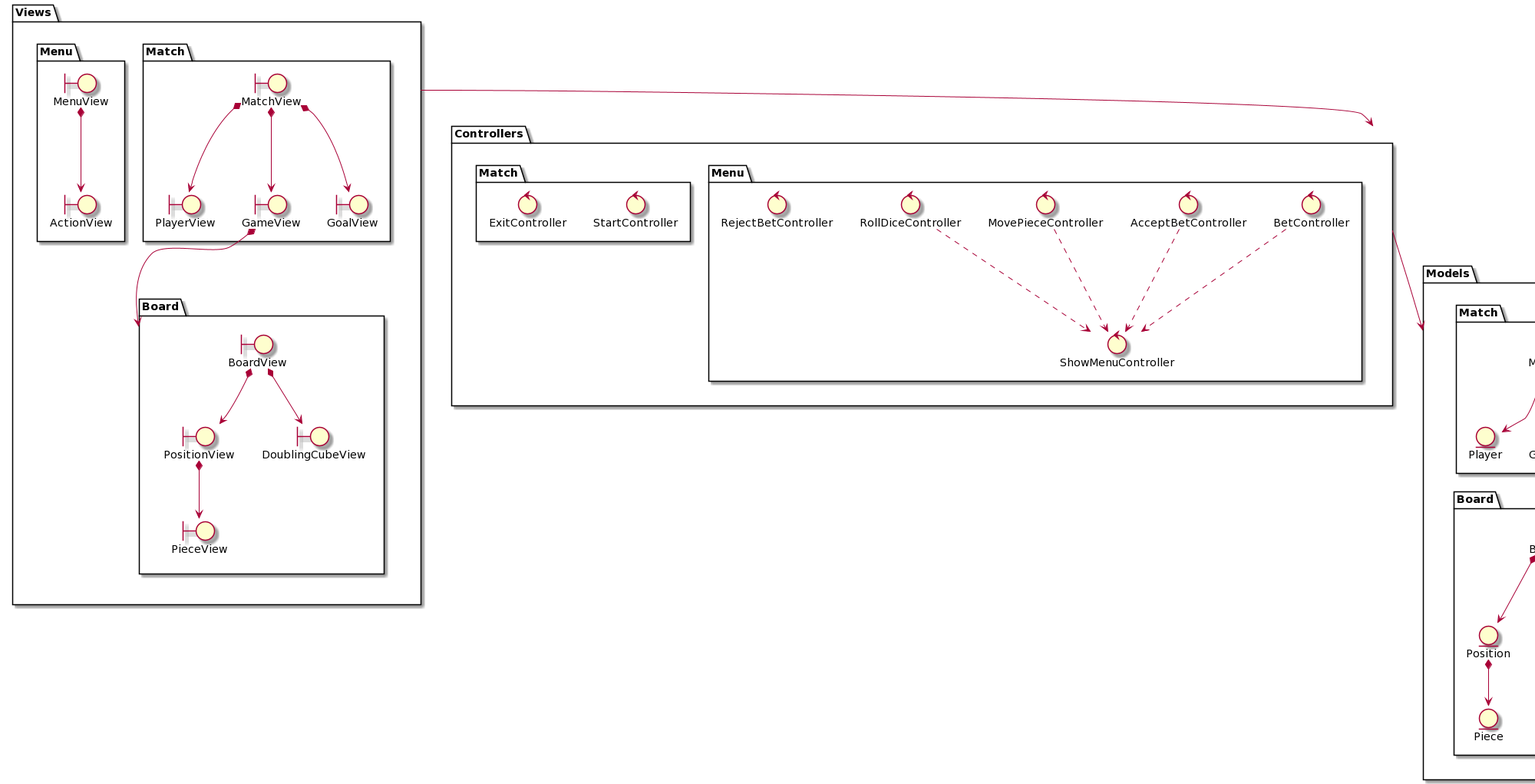
The PlantUML diagram rup/analysis/architecture.png in USantaTecla-game-backgammon/backgammon, before a commit.
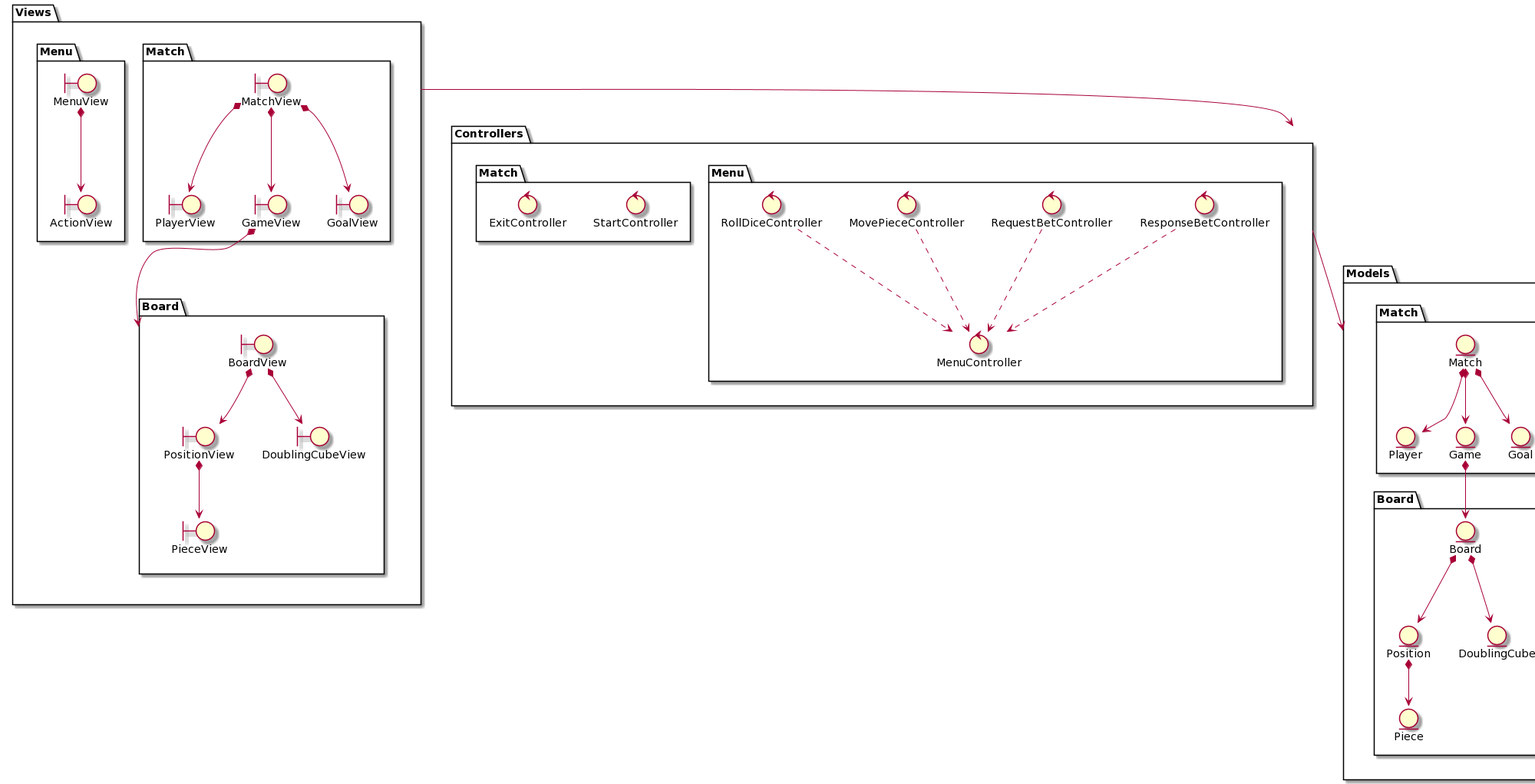
The same diagram one commit later.

Diff of the diagram source:
```diff
@@ -61,17 +61,16 @@
 package Controllers {
 
     package Menu {
-        control ShowMenuController
-        control BetController
-        control AcceptBetController
+        control MenuController
+        control ResponseBetController
+        control RequestBetController
         control MovePieceController
         control RollDiceController
-        control RejectBetController
 
-        BetController ..> ShowMenuController
-        AcceptBetController ..> ShowMenuController
-        MovePieceController ..> ShowMenuController
-        RollDiceController ..> ShowMenuController
+        RequestBetController ..> MenuController
+        ResponseBetController ..> MenuController
+        MovePieceController ..> MenuController
+        RollDiceController ..> MenuController
 
     }
 
```
